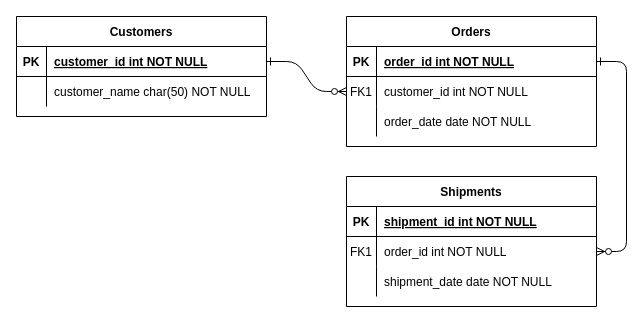
Earlier version of the draw.io diagram Untitled Diagram.drawio (alandgmendes/facilitadoracultural). Source tidied: cells renumbered, new cells numbered last; positions are measured from the earlier drawing's top-left corner, leaving out a move shared by most shapes. Both pictures are drawn from the tidied source at 100%, with x=0, y=0 at pixel (16, 16).
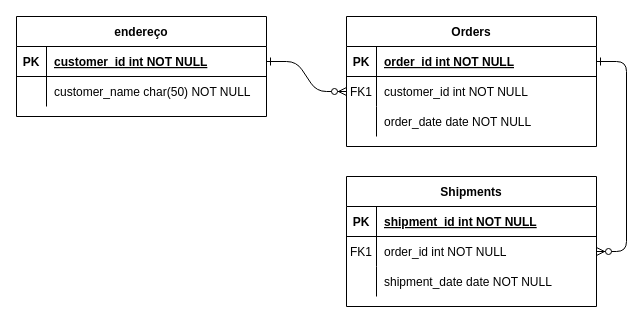
The same diagram, later.

Change to the diagram source:
```diff
@@
-    <mxCell id="24" value="Customers" style="shape=table;startSize=30;childLayout=tableLayout;rowLines=0;fontStyle=1;align=center;" parent="1" vertex="1">
+    <mxCell id="24" value="endereço" style="shape=table;startSize=30;childLayout=tableLayout;rowLines=0;fontStyle=1;align=center;" parent="1" vertex="1">
       <mxGeometry width="250" height="100" as="geometry" />
     </mxCell>
```
